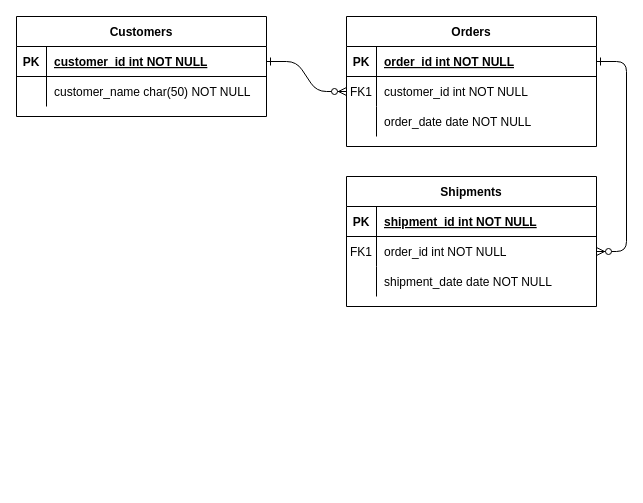
Elyesc4/hardwarehub keeps this draw.io diagram as Unbenanntes Diagramm.drawio. Above is the earlier version. Source tidied: cells renumbered, new cells numbered last; positions are measured from the earlier drawing's top-left corner, leaving out a move shared by most shapes. Both pictures are drawn from the tidied source at 100%, with x=0, y=0 at pixel (16, 16).
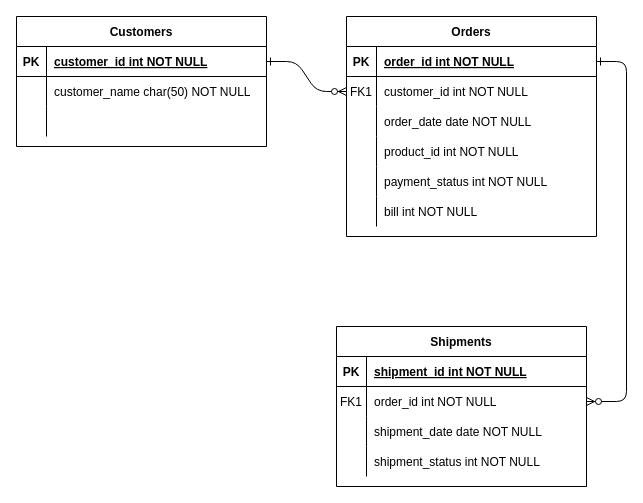
The same page after the edit.

Commit message:
Orders Tabelle angepasst

The edit, as a diff of the source:
```diff
@@
     <mxCell id="4" value="Orders" style="shape=table;startSize=30;childLayout=tableLayout;rowLines=0;fontStyle=1;align=center;" parent="1" vertex="1">
-      <mxGeometry x="330" width="250" height="130" as="geometry" />
+      <mxGeometry x="330" width="250" height="220" as="geometry" />
     </mxCell>
@@
+    <mxCell id="31" style="shape=partialRectangle;fillColor=none;top=0;left=0;right=0;bottom=0;" parent="4" vertex="1">
+      <mxGeometry y="120" width="250" height="30" as="geometry" />
+    </mxCell>
+    <mxCell id="32" style="shape=partialRectangle;overflow=hidden;fillColor=none;top=0;left=0;bottom=0;right=0;" parent="31" vertex="1">
+      <mxGeometry width="30" height="30" as="geometry" />
+    </mxCell>
+    <mxCell id="33" value="product_id int NOT NULL" style="shape=partialRectangle;overflow=hidden;fillColor=none;top=0;left=0;bottom=0;right=0;align=left;spacingLeft=6;" parent="31" vertex="1">
+      <mxGeometry x="30" width="220" height="30" as="geometry" />
+    </mxCell>
+    <mxCell id="34" style="shape=partialRectangle;fillColor=none;top=0;left=0;right=0;bottom=0;" parent="4" vertex="1">
+      <mxGeometry y="150" width="250" height="30" as="geometry" />
+    </mxCell>
+    <mxCell id="35" style="shape=partialRectangle;overflow=hidden;fillColor=none;top=0;left=0;bottom=0;right=0;" parent="34" vertex="1">
+      <mxGeometry width="30" height="30" as="geometry" />
+    </mxCell>
+    <mxCell id="36" value="payment_status int NOT NULL" style="shape=partialRectangle;overflow=hidden;fillColor=none;top=0;left=0;bottom=0;right=0;align=left;spacingLeft=6;" parent="34" vertex="1">
+      <mxGeometry x="30" width="220" height="30" as="geometry" />
+    </mxCell>
+    <mxCell id="37" style="shape=partialRectangle;fillColor=none;top=0;left=0;right=0;bottom=0;" parent="4" vertex="1">
+      <mxGeometry y="180" width="250" height="30" as="geometry" />
+    </mxCell>
+    <mxCell id="38" style="shape=partialRectangle;overflow=hidden;fillColor=none;top=0;left=0;bottom=0;right=0;" parent="37" vertex="1">
+      <mxGeometry width="30" height="30" as="geometry" />
+    </mxCell>
+    <mxCell id="39" value="bill int NOT NULL" style="shape=partialRectangle;overflow=hidden;fillColor=none;top=0;left=0;bottom=0;right=0;align=left;spacingLeft=6;" parent="37" vertex="1">
+      <mxGeometry x="30" width="220" height="30" as="geometry" />
+    </mxCell>
     <mxCell id="14" value="Shipments" style="shape=table;startSize=30;childLayout=tableLayout;rowLines=0;fontStyle=1;align=center;" parent="1" vertex="1">
-      <mxGeometry x="330" y="160" width="250" height="130" as="geometry" />
+      <mxGeometry x="320" y="310" width="250" height="160" as="geometry" />
     </mxCell>
@@
+    <mxCell id="40" style="shape=partialRectangle;fillColor=none;top=0;left=0;right=0;bottom=0;" parent="14" vertex="1">
+      <mxGeometry y="120" width="250" height="30" as="geometry" />
+    </mxCell>
+    <mxCell id="41" style="shape=partialRectangle;overflow=hidden;fillColor=none;top=0;left=0;bottom=0;right=0;" parent="40" vertex="1">
+      <mxGeometry width="30" height="30" as="geometry" />
+    </mxCell>
+    <mxCell id="42" value="shipment_status int NOT NULL" style="shape=partialRectangle;overflow=hidden;fillColor=none;top=0;left=0;bottom=0;right=0;align=left;spacingLeft=6;" parent="40" vertex="1">
+      <mxGeometry x="30" width="220" height="30" as="geometry" />
+    </mxCell>
     <mxCell id="24" value="Customers" style="shape=table;startSize=30;childLayout=tableLayout;rowLines=0;fontStyle=1;align=center;" parent="1" vertex="1">
-      <mxGeometry width="250" height="100" as="geometry" />
+      <mxGeometry width="250" height="130" as="geometry" />
     </mxCell>
@@
+    <mxCell id="43" style="shape=partialRectangle;fillColor=none;top=0;left=0;right=0;bottom=0;" parent="24" vertex="1">
+      <mxGeometry y="90" width="250" height="30" as="geometry" />
+    </mxCell>
+    <mxCell id="44" style="shape=partialRectangle;overflow=hidden;fillColor=none;top=0;left=0;bottom=0;right=0;" parent="43" vertex="1">
+      <mxGeometry width="30" height="30" as="geometry" />
+    </mxCell>
+    <mxCell id="45" style="shape=partialRectangle;overflow=hidden;fillColor=none;top=0;left=0;bottom=0;right=0;align=left;spacingLeft=6;" parent="43" vertex="1">
+      <mxGeometry x="30" width="220" height="30" as="geometry" />
+    </mxCell>
```
